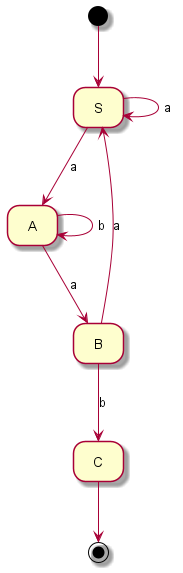
felycianovac/LFA_labs keeps this PlantUML diagram as images/generated_finite_automaton.png. Above is the earlier version.
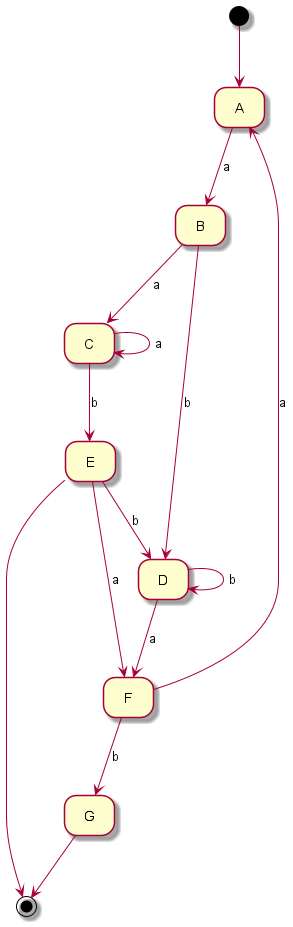
Above is the later version.

Change to the diagram source:
```diff
@@ -1,15 +1,24 @@
 @startuml
 hide empty description
-state "S" as S
 state "A" as A
 state "B" as B
-state "C" as C <<final>>
-[*] --> S
+state "C" as C
+state "D" as D
+state "E" as E <<final>>
+state "F" as F
+state "G" as G <<final>>
+[*] --> A
 A --> B : a
-A --> A : b
-B --> S : a
-B --> C : b
-S --> S : a
-S --> A : a
-C --> [*]
+B --> C : a
+B --> D : b
+C --> C : a
+C --> E : b
+D --> F : a
+D --> D : b
+E --> F : a
+E --> D : b
+F --> A : a
+F --> G : b
+E --> [*]
+G --> [*]
 @enduml
```
